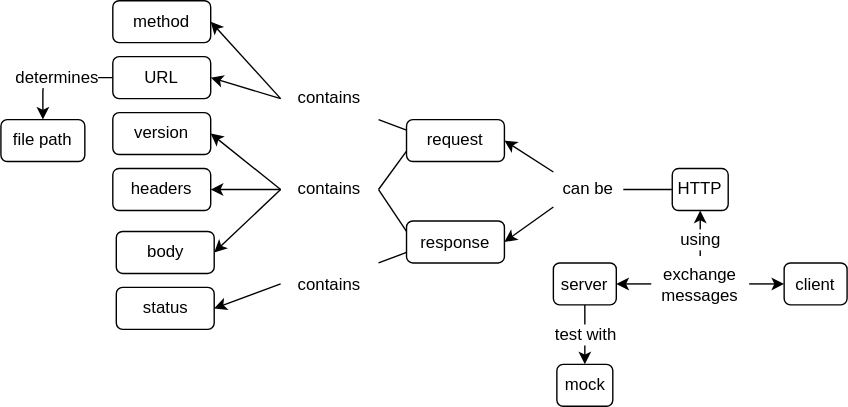
Before: sdxpy/http/concept_map.svg, a diagram exported from draw.io (gvwilson/thirdbit). Source tidied: cells renumbered, new cells last; positions are measured from the earlier drawing's top-left corner, leaving out a move shared by most shapes.
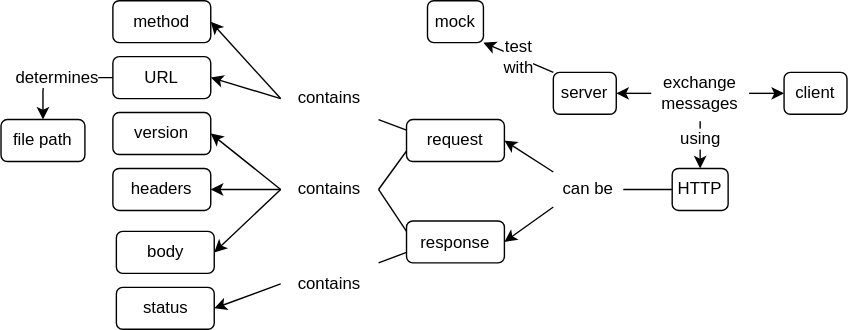
The same file after the commit.

What changed in the source:
```diff
@@ -3,10 +3,10 @@
     <mxCell id="0" />
     <mxCell id="1" parent="0" />
     <mxCell id="2" value="server" style="text;html=1;strokeColor=default;fillColor=none;align=center;verticalAlign=middle;whiteSpace=wrap;rounded=1;hachureGap=4;fontFamily=Helvetica;fontSize=12;" parent="1" vertex="1">
-      <mxGeometry x="395" y="187.5" width="45" height="30" as="geometry" />
+      <mxGeometry x="395" y="51.2" width="45" height="30" as="geometry" />
     </mxCell>
     <mxCell id="3" value="client" style="text;html=1;strokeColor=default;fillColor=none;align=center;verticalAlign=middle;whiteSpace=wrap;rounded=1;hachureGap=4;fontFamily=Helvetica;fontSize=12;" parent="1" vertex="1">
-      <mxGeometry x="560" y="187.5" width="45" height="30" as="geometry" />
+      <mxGeometry x="560" y="51.2" width="45" height="30" as="geometry" />
     </mxCell>
     <mxCell id="4" value="HTTP" style="text;html=1;strokeColor=default;fillColor=none;align=center;verticalAlign=middle;whiteSpace=wrap;rounded=1;hachureGap=4;fontFamily=Helvetica;fontSize=12;" parent="1" vertex="1">
       <mxGeometry x="480" y="120" width="40" height="30" as="geometry" />
@@ -39,7 +39,7 @@
       <mxGeometry y="85" width="60" height="30" as="geometry" />
     </mxCell>
     <mxCell id="14" value="exchange&lt;br style=&quot;font-size: 12px;&quot;&gt;messages" style="text;html=1;strokeColor=none;fillColor=none;align=center;verticalAlign=middle;whiteSpace=wrap;rounded=0;hachureGap=4;fontFamily=Helvetica;fontSize=12;" parent="1" vertex="1">
-      <mxGeometry x="465" y="182.5" width="70" height="40" as="geometry" />
+      <mxGeometry x="465" y="46.2" width="70" height="40" as="geometry" />
     </mxCell>
     <mxCell id="15" value="can be" style="text;html=1;strokeColor=none;fillColor=none;align=center;verticalAlign=middle;whiteSpace=wrap;rounded=0;hachureGap=4;fontFamily=Helvetica;fontSize=12;" parent="1" vertex="1">
       <mxGeometry x="395" y="122.5" width="50" height="25" as="geometry" />
@@ -90,7 +90,7 @@
     <mxCell id="29" style="endArrow=classic;html=1;rounded=0;sketch=0;fontFamily=Helvetica;fontSize=12;entryX=0;entryY=0.5;entryDx=0;entryDy=0;exitX=1;exitY=0.5;exitDx=0;exitDy=0;" parent="1" edge="1" source="14" target="3">
       <mxGeometry relative="1" as="geometry" />
     </mxCell>
-    <mxCell id="30" value="using" style="endArrow=classic;html=1;rounded=0;sketch=0;fontFamily=Helvetica;fontSize=12;entryX=0.5;entryY=1;entryDx=0;entryDy=0;exitX=0.5;exitY=0;exitDx=0;exitDy=0;" parent="1" edge="1" source="14" target="4">
+    <mxCell id="30" value="using" style="endArrow=classic;html=1;rounded=0;sketch=0;fontFamily=Helvetica;fontSize=12;entryX=0.5;entryY=0;entryDx=0;entryDy=0;exitX=0.5;exitY=1;exitDx=0;exitDy=0;" parent="1" edge="1" source="14" target="4">
       <mxGeometry x="-0.23" relative="1" as="geometry" />
     </mxCell>
     <mxCell id="31" style="endArrow=classic;html=1;rounded=0;sketch=0;fontFamily=Helvetica;fontSize=12;exitX=0;exitY=1;exitDx=0;exitDy=0;entryX=1;entryY=0.5;entryDx=0;entryDy=0;" parent="1" edge="1" source="15" target="6">
@@ -109,10 +109,12 @@
       <mxGeometry relative="1" as="geometry" />
     </mxCell>
     <mxCell id="36" value="mock" style="text;html=1;strokeColor=default;fillColor=none;align=center;verticalAlign=middle;whiteSpace=wrap;rounded=1;hachureGap=4;fontFamily=Helvetica;fontSize=12;" parent="1" vertex="1">
-      <mxGeometry x="397.5" y="260" width="40" height="30" as="geometry" />
+      <mxGeometry x="305" width="40" height="30" as="geometry" />
     </mxCell>
-    <mxCell id="37" value="test with" style="endArrow=classic;html=1;rounded=0;entryX=0.5;entryY=0;entryDx=0;entryDy=0;exitX=0.5;exitY=1;exitDx=0;exitDy=0;fontFamily=Helvetica;fontSize=12;" parent="1" edge="1" source="2" target="36">
-      <mxGeometry relative="1" as="geometry" />
+    <mxCell id="37" value="test&lt;br&gt;with" style="endArrow=classic;html=1;rounded=0;fontFamily=Helvetica;fontSize=12;entryX=1;entryY=1;entryDx=0;entryDy=0;exitX=0;exitY=0;exitDx=0;exitDy=0;" parent="1" edge="1" source="2" target="36">
+      <mxGeometry x="0.01" y="-1" relative="1" as="geometry">
+        <mxPoint x="-1" as="offset" />
+      </mxGeometry>
     </mxCell>
   </root>
 </mxGraphModel>
```
